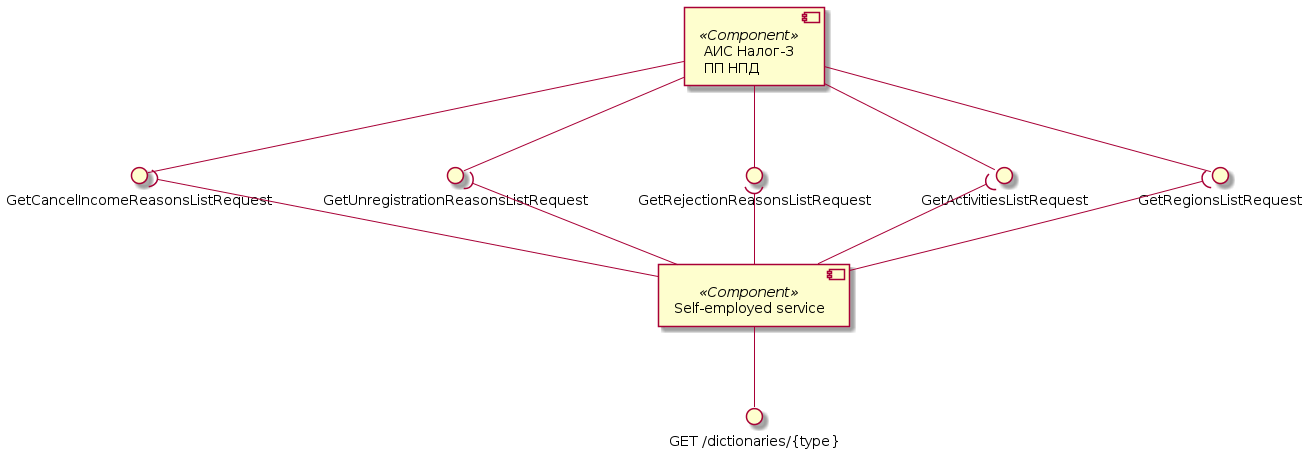
RaikBitters/ibank-internal-services keeps this PlantUML diagram as assets/images/diagrams/self-employed-service/dictionaries-components.png. Above is the earlier version.
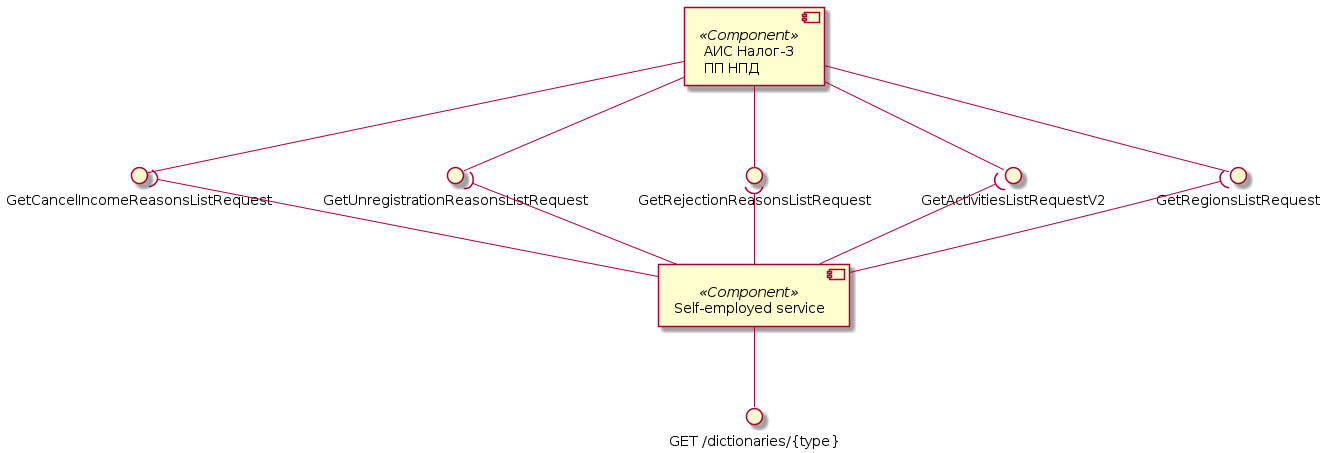
After the commit.

Change to the diagram source:
```diff
@@ -2,7 +2,7 @@
 
 component "АИС Налог-3\nПП НПД" as Tax3 <<Component>>
 interface "GetRegionsListRequest" as GetRegionsList
-interface "GetActivitiesListRequest" as GetActivitiesList
+interface "GetActivitiesListRequestV2" as GetActivitiesList
 interface "GetRejectionReasonsListRequest" as GetRejectionReasonsList
 interface "GetUnregistrationReasonsListRequest" as GetUnregistrationReasonsList
 interface "GetCancelIncomeReasonsListRequest" as GetCancelIncomeReasonsList
```
